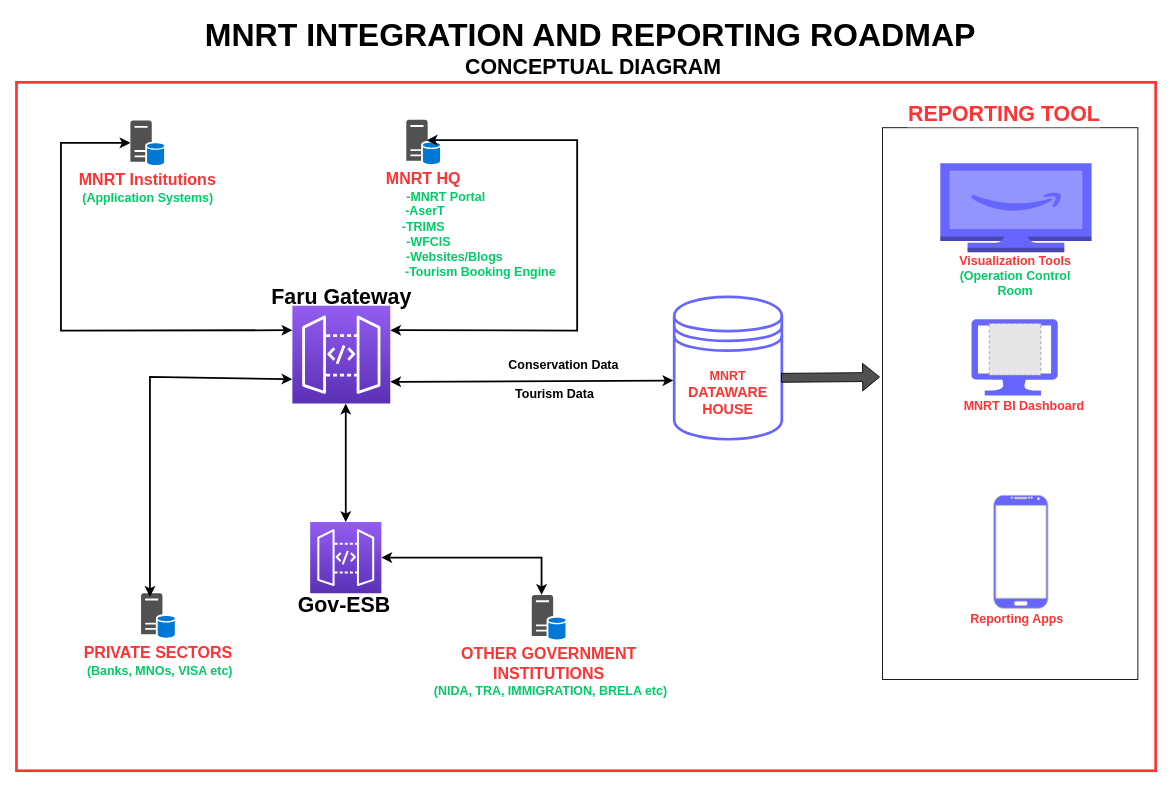
Above: faru-gateway-sketch-template.drawio in MbalamulaS/tech-diagrams (draw.io), before the change. Source tidied: cells renumbered, new cells numbered last; positions are measured from the earlier drawing's top-left corner, leaving out a move shared by most shapes. Both pictures are drawn from the tidied source at 89%, with x=0, y=0 at pixel (16, 20). Pictures stored in the file or linked from it are replaced by grey dashed boxes.
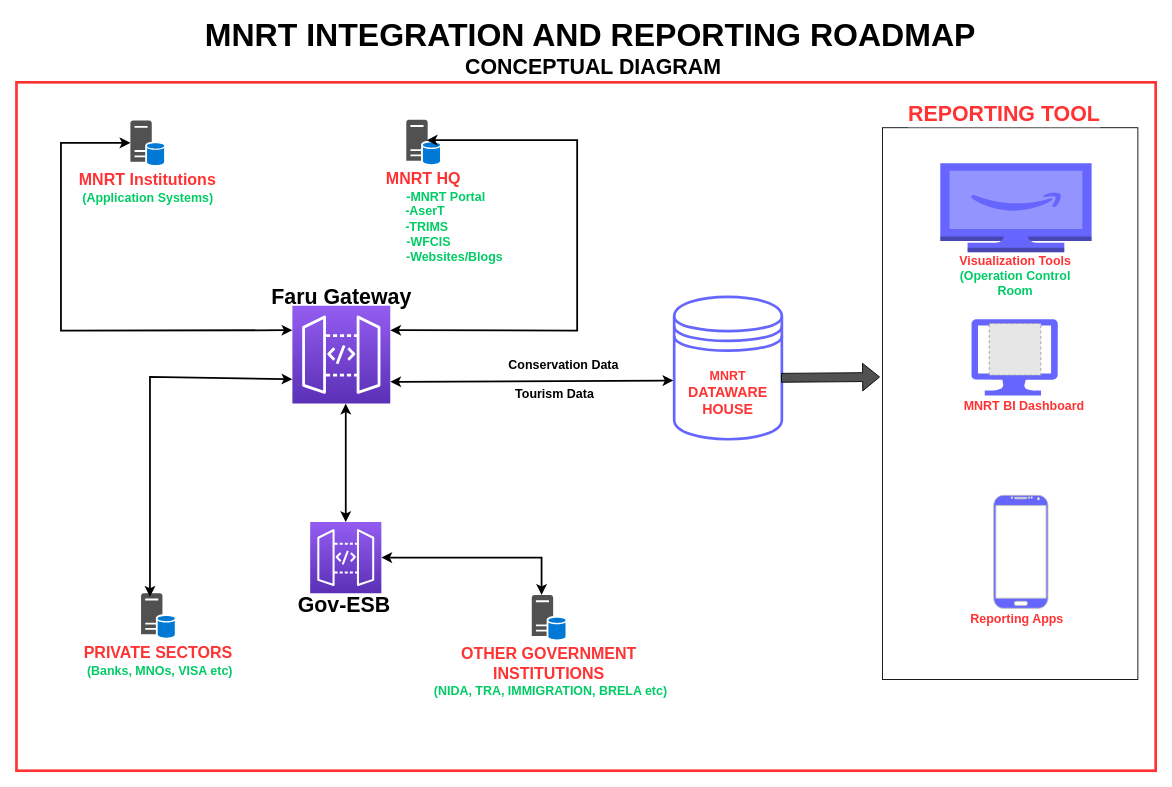
The same page after the edit.

What changed in the source:
```diff
@@
-    <mxCell id="13" value="&lt;div&gt;&lt;font style=&quot;font-size: 18px;&quot; color=&quot;#ff3333&quot;&gt;&lt;b&gt;MNRT HQ&lt;/b&gt;&lt;/font&gt;&lt;font size=&quot;3&quot; color=&quot;#ff3333&quot;&gt;&lt;b&gt;&lt;br&gt;&lt;/b&gt;&lt;/font&gt;&lt;/div&gt;&lt;div&gt;&lt;font style=&quot;font-size: 14px;&quot; color=&quot;#00cc66&quot;&gt;&lt;b&gt;&amp;nbsp;&amp;nbsp;&amp;nbsp;&amp;nbsp;&amp;nbsp;&amp;nbsp;&amp;nbsp;&amp;nbsp;&amp;nbsp;&amp;nbsp;&amp;nbsp;&amp;nbsp; -MNRT Portal&lt;br&gt;&lt;/b&gt;&lt;/font&gt;&lt;/div&gt;&lt;div&gt;&lt;font style=&quot;font-size: 14px;&quot; color=&quot;#00cc66&quot;&gt;&lt;b&gt;&amp;nbsp;-AserT&lt;/b&gt;&lt;/font&gt;&lt;font style=&quot;font-size: 14px;&quot; color=&quot;#00cc66&quot;&gt;&lt;b&gt;&lt;br&gt;&lt;/b&gt;&lt;/font&gt;&lt;/div&gt;&lt;div&gt;&lt;font style=&quot;font-size: 14px;&quot; color=&quot;#00cc66&quot;&gt;&lt;b&gt;-TRIMS&lt;br&gt;&lt;/b&gt;&lt;/font&gt;&lt;/div&gt;&lt;div&gt;&lt;font style=&quot;font-size: 14px;&quot; color=&quot;#00cc66&quot;&gt;&lt;b&gt;&amp;nbsp;&amp;nbsp; -WFCIS&lt;/b&gt;&lt;/font&gt;&lt;/div&gt;&lt;div&gt;&lt;font style=&quot;font-size: 14px;&quot; color=&quot;#00cc66&quot;&gt;&lt;b&gt;&amp;nbsp;&amp;nbsp;&amp;nbsp;&amp;nbsp;&amp;nbsp;&amp;nbsp;&amp;nbsp;&amp;nbsp;&amp;nbsp;&amp;nbsp;&amp;nbsp;&amp;nbsp;&amp;nbsp;&amp;nbsp;&amp;nbsp;&amp;nbsp;&amp;nbsp; -Websites/Blogs&lt;/b&gt;&lt;/font&gt;&lt;/div&gt;&lt;div&gt;&lt;font style=&quot;font-size: 14px;&quot; color=&quot;#00cc66&quot;&gt;&lt;b&gt;&amp;nbsp;&amp;nbsp;&amp;nbsp;&amp;nbsp;&amp;nbsp;&amp;nbsp;&amp;nbsp;&amp;nbsp;&amp;nbsp;&amp;nbsp;&amp;nbsp;&amp;nbsp;&amp;nbsp;&amp;nbsp;&amp;nbsp;&amp;nbsp;&amp;nbsp;&amp;nbsp;&amp;nbsp;&amp;nbsp;&amp;nbsp;&amp;nbsp;&amp;nbsp;&amp;nbsp;&amp;nbsp;&amp;nbsp;&amp;nbsp;&amp;nbsp;&amp;nbsp;&amp;nbsp;&amp;nbsp;&amp;nbsp; -Tourism Booking Engine&lt;br&gt;&lt;/b&gt;&lt;/font&gt;&lt;/div&gt;" style="sketch=0;shadow=0;dashed=0;html=1;strokeColor=none;labelPosition=center;verticalLabelPosition=bottom;verticalAlign=top;align=center;fillColor=#515151;shape=mxgraph.mscae.system_center.primary_site;" parent="1" vertex="1">
+    <mxCell id="13" value="&lt;div&gt;&lt;font style=&quot;font-size: 18px;&quot; color=&quot;#ff3333&quot;&gt;&lt;b&gt;MNRT HQ&lt;/b&gt;&lt;/font&gt;&lt;font size=&quot;3&quot; color=&quot;#ff3333&quot;&gt;&lt;b&gt;&lt;br&gt;&lt;/b&gt;&lt;/font&gt;&lt;/div&gt;&lt;div&gt;&lt;font style=&quot;font-size: 14px;&quot; color=&quot;#00cc66&quot;&gt;&lt;b&gt;&amp;nbsp;&amp;nbsp;&amp;nbsp;&amp;nbsp;&amp;nbsp;&amp;nbsp;&amp;nbsp;&amp;nbsp;&amp;nbsp;&amp;nbsp;&amp;nbsp;&amp;nbsp; -MNRT Portal&lt;br&gt;&lt;/b&gt;&lt;/font&gt;&lt;/div&gt;&lt;div&gt;&lt;font style=&quot;font-size: 14px;&quot; color=&quot;#00cc66&quot;&gt;&lt;b&gt;&amp;nbsp;-AserT&lt;/b&gt;&lt;/font&gt;&lt;font style=&quot;font-size: 14px;&quot; color=&quot;#00cc66&quot;&gt;&lt;b&gt;&lt;br&gt;&lt;/b&gt;&lt;/font&gt;&lt;/div&gt;&lt;div&gt;&lt;font style=&quot;font-size: 14px;&quot; color=&quot;#00cc66&quot;&gt;&lt;b&gt;&amp;nbsp; -TRIMS&lt;br&gt;&lt;/b&gt;&lt;/font&gt;&lt;/div&gt;&lt;div&gt;&lt;font style=&quot;font-size: 14px;&quot; color=&quot;#00cc66&quot;&gt;&lt;b&gt;&amp;nbsp;&amp;nbsp; -WFCIS&lt;/b&gt;&lt;/font&gt;&lt;/div&gt;&lt;div&gt;&lt;font style=&quot;font-size: 14px;&quot; color=&quot;#00cc66&quot;&gt;&lt;b&gt;&amp;nbsp;&amp;nbsp;&amp;nbsp;&amp;nbsp;&amp;nbsp;&amp;nbsp;&amp;nbsp;&amp;nbsp;&amp;nbsp;&amp;nbsp;&amp;nbsp;&amp;nbsp;&amp;nbsp;&amp;nbsp;&amp;nbsp;&amp;nbsp;&amp;nbsp; -Websites/Blogs&lt;/b&gt;&lt;/font&gt;&lt;/div&gt;" style="sketch=0;shadow=0;dashed=0;html=1;strokeColor=none;labelPosition=center;verticalLabelPosition=bottom;verticalAlign=top;align=center;fillColor=#515151;shape=mxgraph.mscae.system_center.primary_site;" parent="1" vertex="1">
       <mxGeometry x="438" y="111" width="38" height="50" as="geometry" />
     </mxCell>
```
